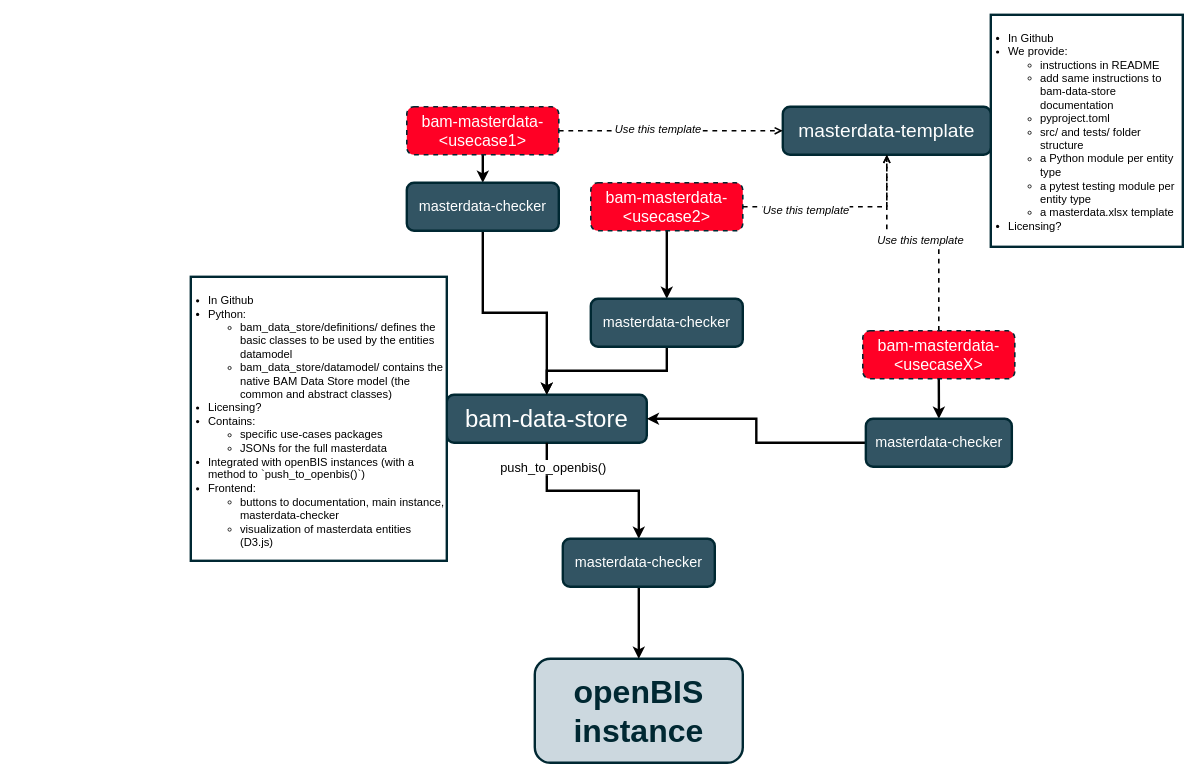
Before: docs/assets/drawio/masterdata-workflow.drawio in BAMresearch/bam-data-store, a draw.io diagram. Source tidied: cells renumbered, new cells numbered last; positions are measured from the earlier drawing's top-left corner, leaving out a move shared by most shapes. Both pictures are drawn from the tidied source at 80%, with x=0, y=0 at pixel (190, 14).
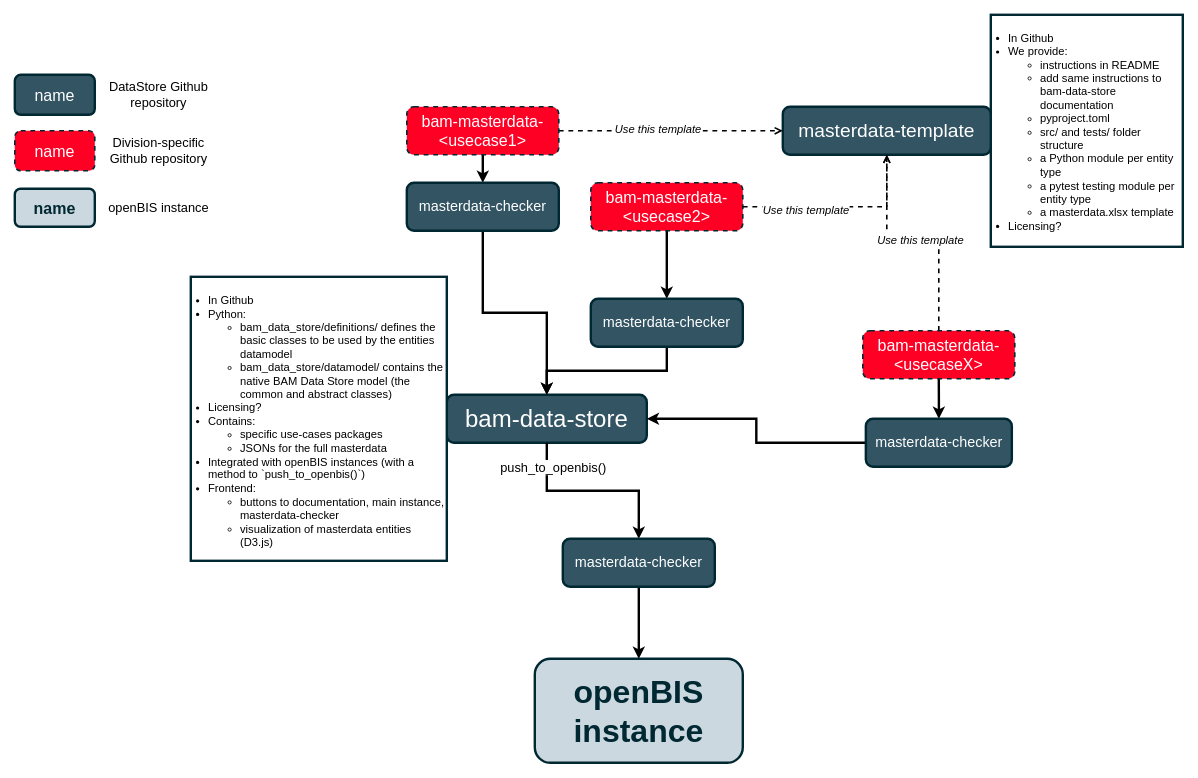
After the change.

Diff of the diagram source:
```diff
@@
+    <mxCell id="31" value="name" style="rounded=1;whiteSpace=wrap;html=1;fillColor=#325463;fontFamily=Klavika;fontColor=#FFFFFF;textShadow=0;fontSize=20;strokeColor=#002832;strokeWidth=3;" parent="1" vertex="1">
+      <mxGeometry x="-220" y="75" width="100" height="50" as="geometry" />
+    </mxCell>
+    <mxCell id="32" value="DataStore Github repository" style="text;html=1;align=center;verticalAlign=middle;whiteSpace=wrap;rounded=0;fontFamily=Klavika;fontSize=16;" parent="1" vertex="1">
+      <mxGeometry x="-110" y="85" width="140" height="30" as="geometry" />
+    </mxCell>
+    <mxCell id="33" value="Division-specific Github repository" style="text;html=1;align=center;verticalAlign=middle;whiteSpace=wrap;rounded=0;fontFamily=Klavika;fontSize=16;" parent="1" vertex="1">
+      <mxGeometry x="-110" y="155" width="140" height="30" as="geometry" />
+    </mxCell>
+    <mxCell id="34" value="name" style="rounded=1;whiteSpace=wrap;html=1;fillColor=#FF0025;fontFamily=Klavika;fontColor=#FFFFFF;textShadow=0;fontSize=20;strokeColor=#002832;strokeWidth=2;dashed=1;" parent="1" vertex="1">
+      <mxGeometry x="-220" y="145" width="100" height="50" as="geometry" />
+    </mxCell>
+    <mxCell id="35" value="name" style="rounded=1;whiteSpace=wrap;html=1;fillColor=#CCD8DF;fontFamily=Klavika;fontColor=#002832;textShadow=0;fontSize=20;strokeColor=#002832;strokeWidth=3;fontStyle=1;" parent="1" vertex="1">
+      <mxGeometry x="-220" y="217.5" width="100" height="47.5" as="geometry" />
+    </mxCell>
+    <mxCell id="36" value="openBIS instance" style="text;html=1;align=center;verticalAlign=middle;whiteSpace=wrap;rounded=0;fontFamily=Klavika;fontSize=16;" parent="1" vertex="1">
+      <mxGeometry x="-110" y="226.2" width="140" height="30" as="geometry" />
+    </mxCell>
```
